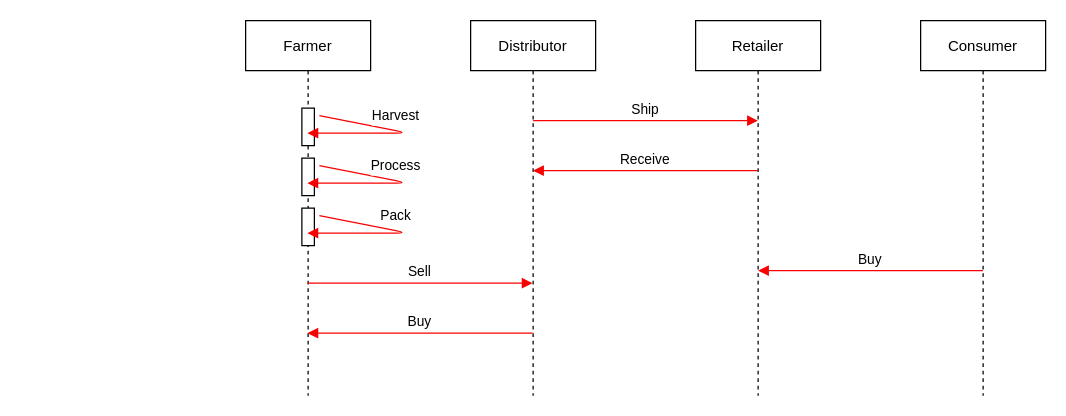
This is uml_diagrams/UML_Sequence_Diagram_Coffee_Supply_Chain.drawio from LuisKeys/supply_chain_blockchain, a draw.io file, before an edit. Source tidied: cells renumbered, new cells numbered last; positions are measured from the earlier drawing's top-left corner, leaving out a move shared by most shapes. Both pictures are drawn from the tidied source at 125%, with x=0, y=0 at pixel (245, 20).
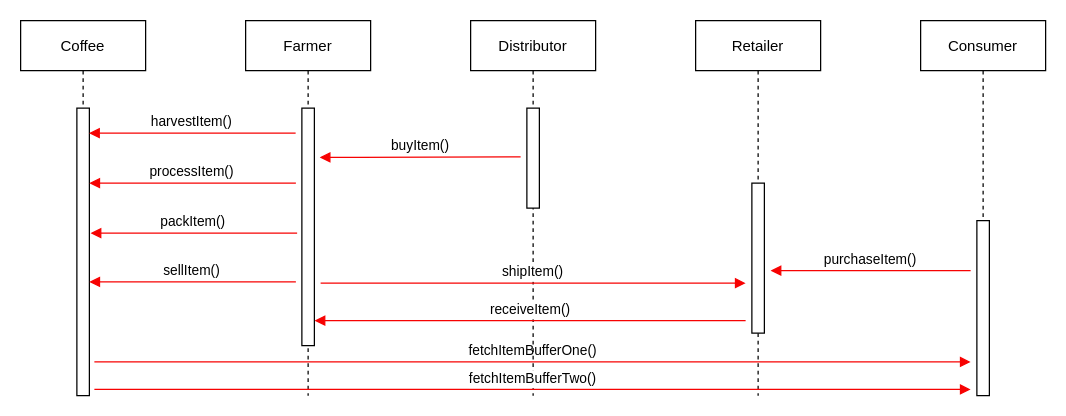
The same page after the edit.

Commit message (it also covers changes not shown here):
Updated sequence diagtram

The change refers to these unchanged cells:
```xml
<mxCell id="2" value="Farmer" style="shape=umlLifeline;perimeter=lifelinePerimeter;rounded=0;shadow=0;strokeWidth=1;" parent="1" vertex="1">
  <mxGeometry width="100" height="300" as="geometry" />
</mxCell>
<mxCell id="9" value="Distributor" style="shape=umlLifeline;perimeter=lifelinePerimeter;rounded=0;shadow=0;strokeWidth=1;" parent="1" vertex="1">
  <mxGeometry x="180" width="100" height="300" as="geometry" />
</mxCell>
<mxCell id="10" value="Retailer" style="shape=umlLifeline;perimeter=lifelinePerimeter;rounded=0;shadow=0;strokeWidth=1;" parent="1" vertex="1">
  <mxGeometry x="360" width="100" height="300" as="geometry" />
</mxCell>
<mxCell id="11" value="Consumer" style="shape=umlLifeline;perimeter=lifelinePerimeter;rounded=0;shadow=0;strokeWidth=1;" parent="1" vertex="1">
  <mxGeometry x="540" width="100" height="300" as="geometry" />
</mxCell>
```

The edit, as a diff of the source:
```diff
@@
     <mxCell id="3" style="points=[];perimeter=orthogonalPerimeter;rounded=0;shadow=0;strokeWidth=1;" parent="2" vertex="1">
-      <mxGeometry x="45" y="70" width="10" height="30" as="geometry" />
+      <mxGeometry x="45" y="70" width="10" height="190" as="geometry" />
     </mxCell>
-    <mxCell id="4" value="Harvest" style="verticalAlign=bottom;endArrow=block;shadow=0;strokeWidth=1;exitX=1.4;exitY=0.2;exitDx=0;exitDy=0;exitPerimeter=0;strokeColor=#F70202;" parent="2" edge="1" source="3" target="2">
-      <mxGeometry x="-0.19" y="3" relative="1" as="geometry">
-        <Array as="points">
-          <mxPoint x="130" y="90" />
-        </Array>
-      </mxGeometry>
-    </mxCell>
-    <mxCell id="5" style="points=[];perimeter=orthogonalPerimeter;rounded=0;shadow=0;strokeWidth=1;" parent="2" vertex="1">
-      <mxGeometry x="45" y="110" width="10" height="30" as="geometry" />
-    </mxCell>
-    <mxCell id="6" value="Process" style="verticalAlign=bottom;endArrow=block;shadow=0;strokeWidth=1;exitX=1.4;exitY=0.2;exitDx=0;exitDy=0;exitPerimeter=0;strokeColor=#F70202;" parent="2" edge="1" source="5">
-      <mxGeometry x="-0.19" y="3" relative="1" as="geometry">
-        <mxPoint x="49.5" y="130" as="targetPoint" />
-        <Array as="points">
-          <mxPoint x="130" y="130" />
-        </Array>
-      </mxGeometry>
-    </mxCell>
-    <mxCell id="7" style="points=[];perimeter=orthogonalPerimeter;rounded=0;shadow=0;strokeWidth=1;" parent="2" vertex="1">
-      <mxGeometry x="45" y="150" width="10" height="30" as="geometry" />
-    </mxCell>
-    <mxCell id="8" value="Pack" style="verticalAlign=bottom;endArrow=block;shadow=0;strokeWidth=1;exitX=1.4;exitY=0.2;exitDx=0;exitDy=0;exitPerimeter=0;strokeColor=#F70202;" parent="2" edge="1" source="7">
-      <mxGeometry x="-0.19" y="3" relative="1" as="geometry">
-        <mxPoint x="49.5" y="170" as="targetPoint" />
-        <Array as="points">
-          <mxPoint x="130" y="170" />
-        </Array>
-      </mxGeometry>
-    </mxCell>
+    <mxCell id="17" value="fetchItemBufferOne()" style="verticalAlign=bottom;endArrow=block;shadow=0;strokeWidth=1;strokeColor=#F70202;" parent="2" edge="1">
+      <mxGeometry relative="1" as="geometry">
+        <mxPoint x="-121" y="273" as="sourcePoint" />
+        <mxPoint x="580" y="273" as="targetPoint" />
+        <Array as="points">
+          <mxPoint x="-51" y="273" />
+        </Array>
+      </mxGeometry>
+    </mxCell>
@@
+    <mxCell id="18" style="html=1;perimeter=orthogonalPerimeter;" parent="10" vertex="1">
+      <mxGeometry x="45" y="130" width="10" height="120" as="geometry" />
+    </mxCell>
@@
+    <mxCell id="19" style="html=1;perimeter=orthogonalPerimeter;" parent="11" vertex="1">
+      <mxGeometry x="45" y="160" width="10" height="140" as="geometry" />
+    </mxCell>
-    <mxCell id="12" value="Sell" style="verticalAlign=bottom;endArrow=block;shadow=0;strokeWidth=1;strokeColor=#F70202;" parent="1" edge="1" source="2" target="9">
+    <mxCell id="12" value="shipItem()" style="verticalAlign=bottom;endArrow=block;shadow=0;strokeWidth=1;strokeColor=#F70202;" parent="1" edge="1">
       <mxGeometry relative="1" as="geometry">
+        <mxPoint x="60" y="210" as="sourcePoint" />
+        <mxPoint x="400" y="210" as="targetPoint" />
         <Array as="points">
           <mxPoint x="130" y="210" />
         </Array>
       </mxGeometry>
     </mxCell>
-    <mxCell id="13" value="Buy" style="verticalAlign=bottom;endArrow=block;shadow=0;strokeWidth=1;strokeColor=#F70202;" parent="1" edge="1" source="9" target="2">
-      <mxGeometry relative="1" as="geometry">
-        <Array as="points">
-          <mxPoint x="69.9" y="250" />
-        </Array>
-      </mxGeometry>
-    </mxCell>
-    <mxCell id="14" value="Ship" style="verticalAlign=bottom;endArrow=block;shadow=0;strokeWidth=1;strokeColor=#F70202;" parent="1" edge="1">
-      <mxGeometry relative="1" as="geometry">
-        <mxPoint x="230" y="80" as="sourcePoint" />
-        <mxPoint x="409.8" y="80" as="targetPoint" />
-        <Array as="points">
-          <mxPoint x="310.3" y="80" />
-        </Array>
-      </mxGeometry>
-    </mxCell>
-    <mxCell id="15" value="Receive" style="verticalAlign=bottom;endArrow=block;shadow=0;strokeWidth=1;strokeColor=#F70202;" parent="1" edge="1">
-      <mxGeometry relative="1" as="geometry">
-        <mxPoint x="409.8" y="120" as="sourcePoint" />
-        <mxPoint x="230" y="120" as="targetPoint" />
-        <Array as="points">
-          <mxPoint x="250.2" y="120" />
-        </Array>
-      </mxGeometry>
-    </mxCell>
-    <mxCell id="16" value="Buy" style="verticalAlign=bottom;endArrow=block;shadow=0;strokeWidth=1;strokeColor=#F70202;" parent="1" edge="1">
+    <mxCell id="16" value="purchaseItem()" style="verticalAlign=bottom;endArrow=block;shadow=0;strokeWidth=1;strokeColor=#F70202;" parent="1" edge="1">
       <mxGeometry relative="1" as="geometry">
-        <mxPoint x="589.8" y="200" as="sourcePoint" />
-        <mxPoint x="410" y="200" as="targetPoint" />
+        <mxPoint x="580" y="200" as="sourcePoint" />
+        <mxPoint x="420" y="200" as="targetPoint" />
         <Array as="points">
           <mxPoint x="430.2" y="200" />
         </Array>
       </mxGeometry>
     </mxCell>
+    <mxCell id="20" style="html=1;perimeter=orthogonalPerimeter;" parent="1" vertex="1">
+      <mxGeometry x="225" y="70" width="10" height="80" as="geometry" />
+    </mxCell>
+    <mxCell id="21" value="Coffee" style="shape=umlLifeline;perimeter=lifelinePerimeter;rounded=0;shadow=0;strokeWidth=1;" parent="1" vertex="1">
+      <mxGeometry x="-180" width="100" height="300" as="geometry" />
+    </mxCell>
+    <mxCell id="22" style="perimeter=orthogonalPerimeter;rounded=0;shadow=0;strokeWidth=1;" parent="21" vertex="1">
+      <mxGeometry x="45" y="70" width="10" height="230" as="geometry" />
+    </mxCell>
+    <mxCell id="23" value="harvestItem()" style="verticalAlign=bottom;endArrow=block;shadow=0;strokeWidth=1;strokeColor=#F70202;" parent="21" edge="1">
+      <mxGeometry relative="1" as="geometry">
+        <mxPoint x="220" y="90" as="sourcePoint" />
+        <mxPoint x="54.8" y="90" as="targetPoint" />
+        <Array as="points">
+          <mxPoint x="75.4" y="90" />
+        </Array>
+      </mxGeometry>
+    </mxCell>
+    <mxCell id="24" value="processItem()" style="verticalAlign=bottom;endArrow=block;shadow=0;strokeWidth=1;strokeColor=#F70202;" parent="1" edge="1">
+      <mxGeometry relative="1" as="geometry">
+        <mxPoint x="40.2" y="130" as="sourcePoint" />
+        <mxPoint x="-125" y="130" as="targetPoint" />
+        <Array as="points">
+          <mxPoint x="-104.4" y="130" />
+        </Array>
+      </mxGeometry>
+    </mxCell>
+    <mxCell id="25" value="packItem()" style="verticalAlign=bottom;endArrow=block;shadow=0;strokeWidth=1;strokeColor=#F70202;" parent="1" edge="1">
+      <mxGeometry relative="1" as="geometry">
+        <mxPoint x="41.2" y="170" as="sourcePoint" />
+        <mxPoint x="-124" y="170" as="targetPoint" />
+        <Array as="points">
+          <mxPoint x="-103.4" y="170" />
+        </Array>
+      </mxGeometry>
+    </mxCell>
+    <mxCell id="26" value="sellItem()" style="verticalAlign=bottom;endArrow=block;shadow=0;strokeWidth=1;strokeColor=#F70202;" parent="1" edge="1">
+      <mxGeometry relative="1" as="geometry">
+        <mxPoint x="40.2" y="209" as="sourcePoint" />
+        <mxPoint x="-125" y="209" as="targetPoint" />
+        <Array as="points">
+          <mxPoint x="-104.4" y="209" />
+        </Array>
+      </mxGeometry>
+    </mxCell>
+    <mxCell id="27" value="buyItem()" style="verticalAlign=bottom;endArrow=block;shadow=0;strokeWidth=1;strokeColor=#F70202;" parent="1" edge="1">
+      <mxGeometry relative="1" as="geometry">
+        <mxPoint x="220" y="109" as="sourcePoint" />
+        <mxPoint x="59.3" y="109.4" as="targetPoint" />
+        <Array as="points">
+          <mxPoint x="79.9" y="109.4" />
+        </Array>
+      </mxGeometry>
+    </mxCell>
+    <mxCell id="28" value="receiveItem()" style="verticalAlign=bottom;endArrow=block;shadow=0;strokeWidth=1;strokeColor=#F70202;" parent="1" edge="1">
+      <mxGeometry relative="1" as="geometry">
+        <mxPoint x="400" y="240" as="sourcePoint" />
+        <mxPoint x="55.2" y="240" as="targetPoint" />
+        <Array as="points">
+          <mxPoint x="75.4" y="240" />
+        </Array>
+      </mxGeometry>
+    </mxCell>
+    <mxCell id="29" value="fetchItemBufferTwo()" style="verticalAlign=bottom;endArrow=block;shadow=0;strokeWidth=1;strokeColor=#F70202;" parent="1" edge="1">
+      <mxGeometry relative="1" as="geometry">
+        <mxPoint x="-121" y="295" as="sourcePoint" />
+        <mxPoint x="580" y="295" as="targetPoint" />
+        <Array as="points">
+          <mxPoint x="-51" y="295" />
+        </Array>
+      </mxGeometry>
+    </mxCell>
```
